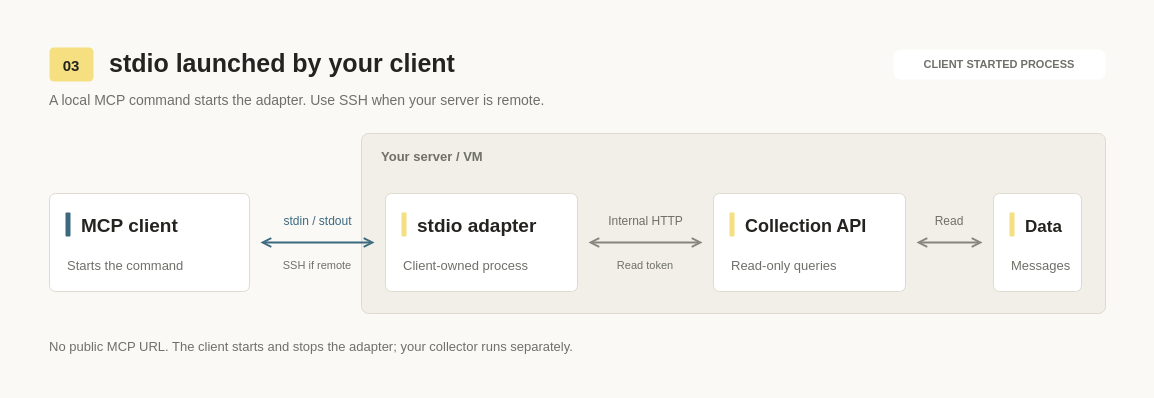
Above: page "AI 클라이언트에서 실행하는 stdio" (3 of 3) of docs/assets/connection-methods.drawio in rokrokss/kakaotalk-bridge (draw.io), before the change. Source tidied: cells renumbered, new cells numbered last; positions are measured from the earlier drawing's top-left corner, leaving out a move shared by most shapes. Both pictures are drawn from the tidied source at 100%, with x=0, y=0 at pixel (17, 17).
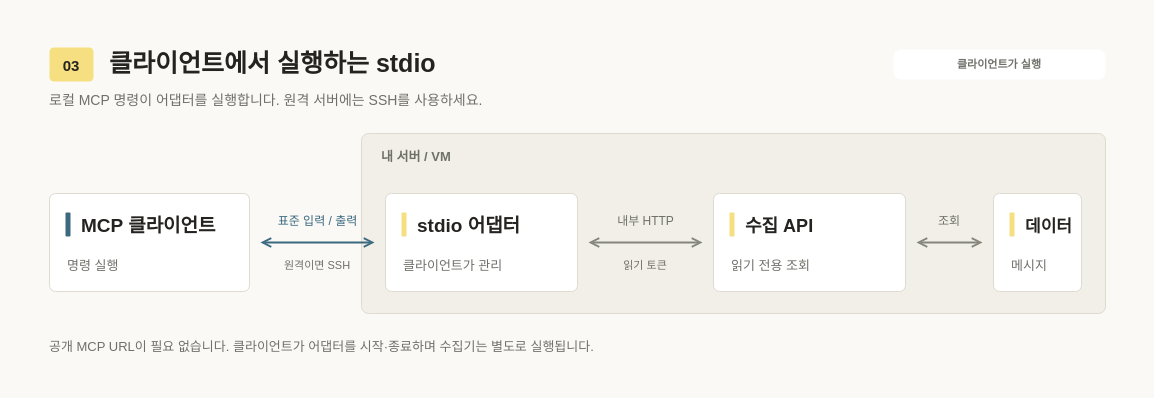
After the change.

The change refers to these unchanged cells:
```xml
<mxCell id="11" style="group;" parent="1" vertex="1">
  <mxGeometry x="32" y="176" width="200" height="98" as="geometry" />
</mxCell>
<mxCell id="16" style="group;" parent="1" vertex="1">
  <mxGeometry x="368" y="176" width="192" height="98" as="geometry" />
</mxCell>
<mxCell id="21" style="group;" parent="1" vertex="1">
  <mxGeometry x="696" y="176" width="192" height="98" as="geometry" />
</mxCell>
<mxCell id="26" style="group;" parent="1" vertex="1">
  <mxGeometry x="976" y="176" width="88" height="98" as="geometry" />
</mxCell>
```

Diff of the diagram source:
```diff
@@
-    <mxCell id="5" value="stdio launched by your client" style="text;html=0;strokeColor=none;fillColor=none;align=left;verticalAlign=middle;whiteSpace=wrap;rounded=0;spacing=0;fontFamily=Helvetica;fontSize=25;fontColor=#242320;fontStyle=1;" parent="1" vertex="1">
+    <mxCell id="5" value="클라이언트에서 실행하는 stdio" style="text;html=0;strokeColor=none;fillColor=none;align=left;verticalAlign=middle;whiteSpace=wrap;rounded=0;spacing=0;fontFamily=Helvetica;fontSize=25;fontColor=#242320;fontStyle=1;" parent="1" vertex="1">
       <mxGeometry x="92" y="28" width="630" height="33" as="geometry" />
     </mxCell>
-    <mxCell id="6" value="A local MCP command starts the adapter. Use SSH when your server is remote." style="text;html=0;strokeColor=none;fillColor=none;align=left;verticalAlign=middle;whiteSpace=wrap;rounded=0;spacing=0;fontFamily=Helvetica;fontSize=14;fontColor=#6f7069;fontStyle=0;" parent="1" vertex="1">
+    <mxCell id="6" value="로컬 MCP 명령이 어댑터를 실행합니다. 원격 서버에는 SSH를 사용하세요." style="text;html=0;strokeColor=none;fillColor=none;align=left;verticalAlign=middle;whiteSpace=wrap;rounded=0;spacing=0;fontFamily=Helvetica;fontSize=14;fontColor=#6f7069;fontStyle=0;" parent="1" vertex="1">
       <mxGeometry x="32" y="72" width="830" height="22" as="geometry" />
     </mxCell>
@@
-    <mxCell id="8" value="CLIENT STARTED PROCESS" style="text;html=0;strokeColor=none;fillColor=none;align=center;verticalAlign=middle;whiteSpace=wrap;rounded=0;spacing=0;fontFamily=Helvetica;fontSize=11;fontColor=#6f7069;fontStyle=1;" parent="1" vertex="1">
+    <mxCell id="8" value="클라이언트가 실행" style="text;html=0;strokeColor=none;fillColor=none;align=center;verticalAlign=middle;whiteSpace=wrap;rounded=0;spacing=0;fontFamily=Helvetica;fontSize=11;fontColor=#6f7069;fontStyle=1;" parent="1" vertex="1">
       <mxGeometry x="882" y="37.9" width="200" height="19" as="geometry" />
     </mxCell>
@@
-    <mxCell id="10" value="Your server / VM" style="text;html=0;strokeColor=none;fillColor=none;align=left;verticalAlign=middle;whiteSpace=wrap;rounded=0;spacing=0;fontFamily=Helvetica;fontSize=13;fontColor=#6f7069;fontStyle=1;" parent="1" vertex="1">
+    <mxCell id="10" value="내 서버 / VM" style="text;html=0;strokeColor=none;fillColor=none;align=left;verticalAlign=middle;whiteSpace=wrap;rounded=0;spacing=0;fontFamily=Helvetica;fontSize=13;fontColor=#6f7069;fontStyle=1;" parent="1" vertex="1">
       <mxGeometry x="364" y="128" width="340" height="21" as="geometry" />
     </mxCell>
@@
-    <mxCell id="14" value="MCP client" style="text;html=0;strokeColor=none;fillColor=none;align=left;verticalAlign=middle;whiteSpace=wrap;rounded=0;spacing=0;fontFamily=Helvetica;fontSize=19;fontColor=#242320;fontStyle=1;" parent="11" vertex="1">
+    <mxCell id="14" value="MCP 클라이언트" style="text;html=0;strokeColor=none;fillColor=none;align=left;verticalAlign=middle;whiteSpace=wrap;rounded=0;spacing=0;fontFamily=Helvetica;fontSize=19;fontColor=#242320;fontStyle=1;" parent="11" vertex="1">
       <mxGeometry x="32" y="19" width="158" height="27" as="geometry" />
     </mxCell>
-    <mxCell id="15" value="Starts the command" style="text;html=0;strokeColor=none;fillColor=none;align=left;verticalAlign=middle;whiteSpace=wrap;rounded=0;spacing=0;fontFamily=Helvetica;fontSize=13;fontColor=#6f7069;fontStyle=0;" parent="11" vertex="1">
+    <mxCell id="15" value="명령 실행" style="text;html=0;strokeColor=none;fillColor=none;align=left;verticalAlign=middle;whiteSpace=wrap;rounded=0;spacing=0;fontFamily=Helvetica;fontSize=13;fontColor=#6f7069;fontStyle=0;" parent="11" vertex="1">
       <mxGeometry x="18" y="61" width="170" height="21" as="geometry" />
     </mxCell>
@@
-    <mxCell id="19" value="stdio adapter" style="text;html=0;strokeColor=none;fillColor=none;align=left;verticalAlign=middle;whiteSpace=wrap;rounded=0;spacing=0;fontFamily=Helvetica;fontSize=19;fontColor=#242320;fontStyle=1;" parent="16" vertex="1">
+    <mxCell id="19" value="stdio 어댑터" style="text;html=0;strokeColor=none;fillColor=none;align=left;verticalAlign=middle;whiteSpace=wrap;rounded=0;spacing=0;fontFamily=Helvetica;fontSize=19;fontColor=#242320;fontStyle=1;" parent="16" vertex="1">
       <mxGeometry x="32" y="19" width="150" height="27" as="geometry" />
     </mxCell>
-    <mxCell id="20" value="Client-owned process" style="text;html=0;strokeColor=none;fillColor=none;align=left;verticalAlign=middle;whiteSpace=wrap;rounded=0;spacing=0;fontFamily=Helvetica;fontSize=13;fontColor=#6f7069;fontStyle=0;" parent="16" vertex="1">
+    <mxCell id="20" value="클라이언트가 관리" style="text;html=0;strokeColor=none;fillColor=none;align=left;verticalAlign=middle;whiteSpace=wrap;rounded=0;spacing=0;fontFamily=Helvetica;fontSize=13;fontColor=#6f7069;fontStyle=0;" parent="16" vertex="1">
       <mxGeometry x="18" y="61" width="162" height="21" as="geometry" />
     </mxCell>
@@
-    <mxCell id="24" value="Collection API" style="text;html=0;strokeColor=none;fillColor=none;align=left;verticalAlign=middle;whiteSpace=wrap;rounded=0;spacing=0;fontFamily=Helvetica;fontSize=18;fontColor=#242320;fontStyle=1;" parent="21" vertex="1">
+    <mxCell id="24" value="수집 API" style="text;html=0;strokeColor=none;fillColor=none;align=left;verticalAlign=middle;whiteSpace=wrap;rounded=0;spacing=0;fontFamily=Helvetica;fontSize=18;fontColor=#242320;fontStyle=1;" parent="21" vertex="1">
       <mxGeometry x="32" y="20" width="150" height="26" as="geometry" />
     </mxCell>
-    <mxCell id="25" value="Read-only queries" style="text;html=0;strokeColor=none;fillColor=none;align=left;verticalAlign=middle;whiteSpace=wrap;rounded=0;spacing=0;fontFamily=Helvetica;fontSize=13;fontColor=#6f7069;fontStyle=0;" parent="21" vertex="1">
+    <mxCell id="25" value="읽기 전용 조회" style="text;html=0;strokeColor=none;fillColor=none;align=left;verticalAlign=middle;whiteSpace=wrap;rounded=0;spacing=0;fontFamily=Helvetica;fontSize=13;fontColor=#6f7069;fontStyle=0;" parent="21" vertex="1">
       <mxGeometry x="18" y="61" width="162" height="21" as="geometry" />
     </mxCell>
@@
-    <mxCell id="29" value="Data" style="text;html=0;strokeColor=none;fillColor=none;align=left;verticalAlign=middle;whiteSpace=wrap;rounded=0;spacing=0;fontFamily=Helvetica;fontSize=17;fontColor=#242320;fontStyle=1;" parent="26" vertex="1">
+    <mxCell id="29" value="데이터" style="text;html=0;strokeColor=none;fillColor=none;align=left;verticalAlign=middle;whiteSpace=wrap;rounded=0;spacing=0;fontFamily=Helvetica;fontSize=17;fontColor=#242320;fontStyle=1;" parent="26" vertex="1">
       <mxGeometry x="32" y="21" width="46" height="25" as="geometry" />
     </mxCell>
-    <mxCell id="30" value="Messages" style="text;html=0;strokeColor=none;fillColor=none;align=left;verticalAlign=middle;whiteSpace=wrap;rounded=0;spacing=0;fontFamily=Helvetica;fontSize=13;fontColor=#6f7069;fontStyle=0;" parent="26" vertex="1">
+    <mxCell id="30" value="메시지" style="text;html=0;strokeColor=none;fillColor=none;align=left;verticalAlign=middle;whiteSpace=wrap;rounded=0;spacing=0;fontFamily=Helvetica;fontSize=13;fontColor=#6f7069;fontStyle=0;" parent="26" vertex="1">
       <mxGeometry x="18" y="61" width="58" height="21" as="geometry" />
     </mxCell>
@@
-    <mxCell id="32" value="stdin / stdout" style="text;html=0;strokeColor=none;fillColor=none;align=center;verticalAlign=middle;whiteSpace=wrap;rounded=0;spacing=0;fontFamily=Helvetica;fontSize=12;fontColor=#3b697f;fontStyle=0;" parent="1" vertex="1">
+    <mxCell id="32" value="표준 입력 / 출력" style="text;html=0;strokeColor=none;fillColor=none;align=center;verticalAlign=middle;whiteSpace=wrap;rounded=0;spacing=0;fontFamily=Helvetica;fontSize=12;fontColor=#3b697f;fontStyle=0;" parent="1" vertex="1">
       <mxGeometry x="237.5" y="194" width="125" height="20" as="geometry" />
     </mxCell>
-    <mxCell id="33" value="SSH if remote" style="text;html=0;strokeColor=none;fillColor=none;align=center;verticalAlign=middle;whiteSpace=wrap;rounded=0;spacing=0;fontFamily=Helvetica;fontSize=11;fontColor=#6f7069;fontStyle=0;" parent="1" vertex="1">
+    <mxCell id="33" value="원격이면 SSH" style="text;html=0;strokeColor=none;fillColor=none;align=center;verticalAlign=middle;whiteSpace=wrap;rounded=0;spacing=0;fontFamily=Helvetica;fontSize=11;fontColor=#6f7069;fontStyle=0;" parent="1" vertex="1">
       <mxGeometry x="241" y="238" width="118" height="19" as="geometry" />
     </mxCell>
@@
-    <mxCell id="35" value="Internal HTTP" style="text;html=0;strokeColor=none;fillColor=none;align=center;verticalAlign=middle;whiteSpace=wrap;rounded=0;spacing=0;fontFamily=Helvetica;fontSize=12;fontColor=#6f7069;fontStyle=0;" parent="1" vertex="1">
+    <mxCell id="35" value="내부 HTTP" style="text;html=0;strokeColor=none;fillColor=none;align=center;verticalAlign=middle;whiteSpace=wrap;rounded=0;spacing=0;fontFamily=Helvetica;fontSize=12;fontColor=#6f7069;fontStyle=0;" parent="1" vertex="1">
       <mxGeometry x="565.5" y="194" width="125" height="20" as="geometry" />
     </mxCell>
-    <mxCell id="36" value="Read token" style="text;html=0;strokeColor=none;fillColor=none;align=center;verticalAlign=middle;whiteSpace=wrap;rounded=0;spacing=0;fontFamily=Helvetica;fontSize=11;fontColor=#6f7069;fontStyle=0;" parent="1" vertex="1">
+    <mxCell id="36" value="읽기 토큰" style="text;html=0;strokeColor=none;fillColor=none;align=center;verticalAlign=middle;whiteSpace=wrap;rounded=0;spacing=0;fontFamily=Helvetica;fontSize=11;fontColor=#6f7069;fontStyle=0;" parent="1" vertex="1">
       <mxGeometry x="572" y="238" width="112" height="19" as="geometry" />
     </mxCell>
@@
-    <mxCell id="38" value="Read" style="text;html=0;strokeColor=none;fillColor=none;align=center;verticalAlign=middle;whiteSpace=wrap;rounded=0;spacing=0;fontFamily=Helvetica;fontSize=12;fontColor=#6f7069;fontStyle=0;" parent="1" vertex="1">
+    <mxCell id="38" value="조회" style="text;html=0;strokeColor=none;fillColor=none;align=center;verticalAlign=middle;whiteSpace=wrap;rounded=0;spacing=0;fontFamily=Helvetica;fontSize=12;fontColor=#6f7069;fontStyle=0;" parent="1" vertex="1">
       <mxGeometry x="901" y="194" width="62" height="20" as="geometry" />
     </mxCell>
-    <mxCell id="39" value="No public MCP URL. The client starts and stops the adapter; your collector runs separately." style="text;html=0;strokeColor=none;fillColor=none;align=left;verticalAlign=middle;whiteSpace=wrap;rounded=0;spacing=0;fontFamily=Helvetica;fontSize=13;fontColor=#6f7069;fontStyle=0;" parent="1" vertex="1">
+    <mxCell id="39" value="공개 MCP URL이 필요 없습니다. 클라이언트가 어댑터를 시작·종료하며 수집기는 별도로 실행됩니다." style="text;html=0;strokeColor=none;fillColor=none;align=left;verticalAlign=middle;whiteSpace=wrap;rounded=0;spacing=0;fontFamily=Helvetica;fontSize=13;fontColor=#6f7069;fontStyle=0;" parent="1" vertex="1">
       <mxGeometry x="32" y="318" width="1050" height="21" as="geometry" />
     </mxCell>
```
